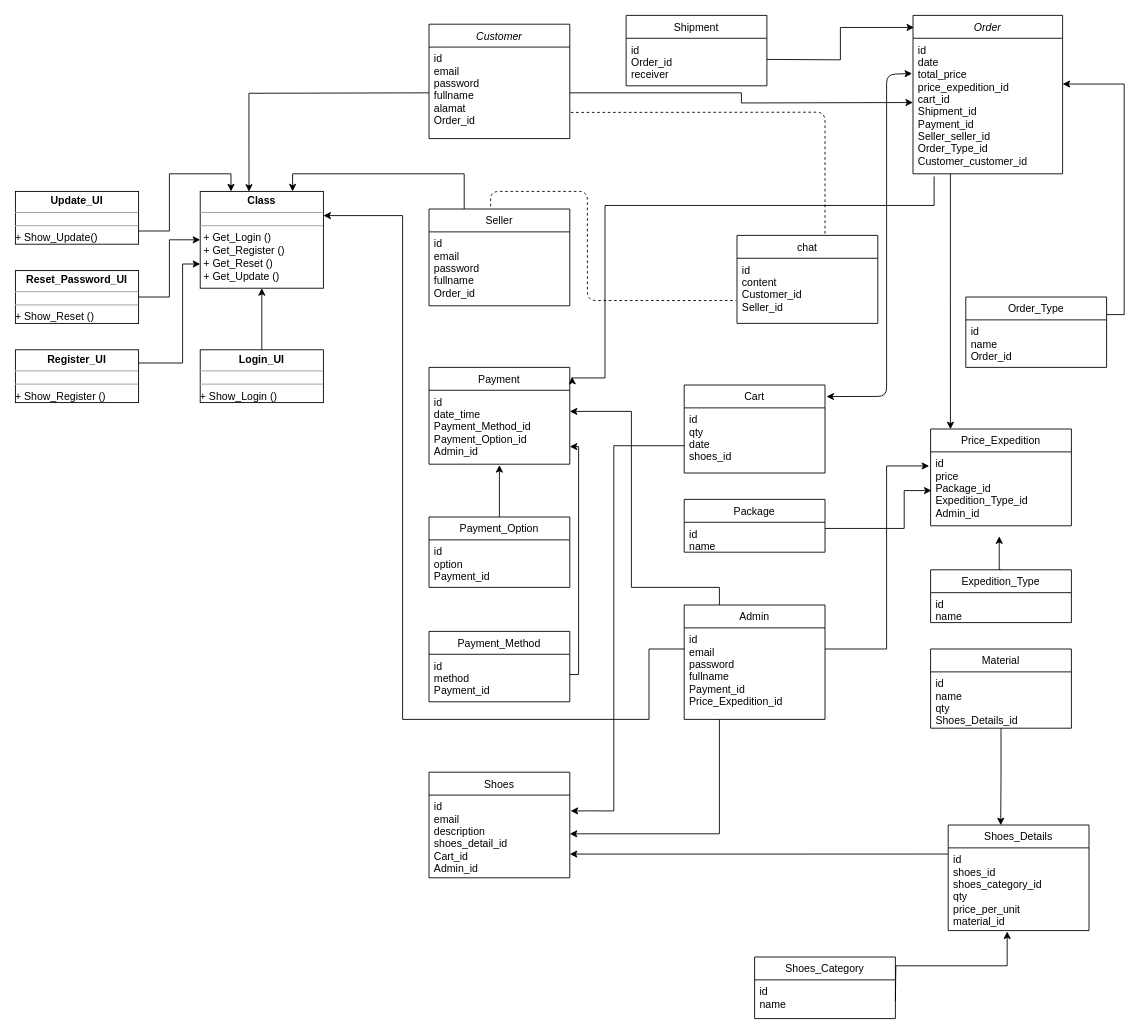
Before: Diagram Tanpa Judul.drawio in nadiatiaraa/classdiagramsepatu, a draw.io diagram. Source tidied: cells renumbered, new cells numbered last; positions are measured from the earlier drawing's top-left corner, leaving out a move shared by most shapes. Both pictures are drawn from the tidied source at 88%, with x=0, y=0 at pixel (15, 15).
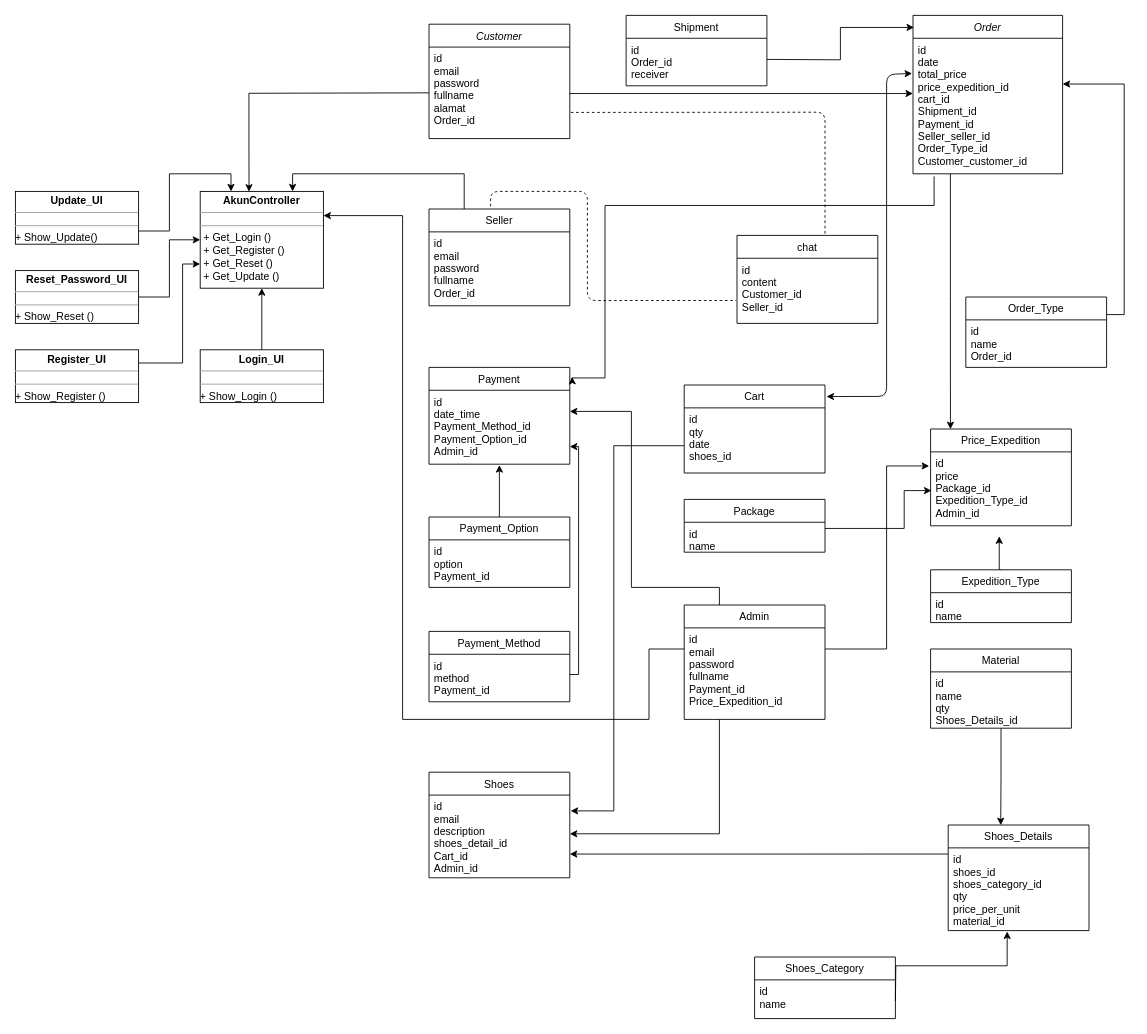
After the change.

Unchanged cells that the change refers to:
```xml
<mxCell id="3" value="id&#10;email&#10;password&#10;fullname&#10;alamat&#10;Order_id" style="text;align=left;verticalAlign=top;spacingLeft=4;spacingRight=4;overflow=hidden;points=[[0,0.5],[1,0.5]];portConstraint=eastwest;" parent="2" vertex="1">
  <mxGeometry y="26" width="160" height="104" as="geometry" />
</mxCell>
```

Change to the diagram source:
```diff
@@
-    <mxCell id="59" value="&lt;p style=&quot;margin: 0px ; margin-top: 4px ; text-align: center&quot;&gt;&lt;b&gt;Class&lt;/b&gt;&lt;/p&gt;&lt;hr size=&quot;1&quot;&gt;&lt;div style=&quot;height: 2px&quot;&gt;&lt;/div&gt;&lt;hr size=&quot;1&quot;&gt;&lt;div style=&quot;height: 2px&quot;&gt;&lt;p style=&quot;margin: 4px 0px 0px ; text-align: center&quot;&gt;&lt;/p&gt;&lt;p style=&quot;margin: 0px 0px 0px 4px&quot;&gt;&lt;/p&gt;&lt;p style=&quot;margin: 0px 0px 0px 4px&quot;&gt;+ Get_Login ()&lt;/p&gt;&lt;p style=&quot;margin: 0px 0px 0px 4px&quot;&gt;+ Get_Register ()&lt;/p&gt;&lt;p style=&quot;margin: 0px 0px 0px 4px&quot;&gt;+ Get_Reset ()&lt;/p&gt;&lt;p style=&quot;margin: 0px 0px 0px 4px&quot;&gt;+ Get_Update ()&lt;/p&gt;&lt;/div&gt;" style="verticalAlign=top;align=left;overflow=fill;fontSize=12;fontFamily=Helvetica;html=1;" parent="1" vertex="1">
+    <mxCell id="59" value="&lt;p style=&quot;margin: 0px ; margin-top: 4px ; text-align: center&quot;&gt;&lt;b&gt;AkunController&lt;/b&gt;&lt;/p&gt;&lt;hr size=&quot;1&quot;&gt;&lt;div style=&quot;height: 2px&quot;&gt;&lt;/div&gt;&lt;hr size=&quot;1&quot;&gt;&lt;div style=&quot;height: 2px&quot;&gt;&lt;p style=&quot;margin: 4px 0px 0px ; text-align: center&quot;&gt;&lt;/p&gt;&lt;p style=&quot;margin: 0px 0px 0px 4px&quot;&gt;&lt;/p&gt;&lt;p style=&quot;margin: 0px 0px 0px 4px&quot;&gt;+ Get_Login ()&lt;/p&gt;&lt;p style=&quot;margin: 0px 0px 0px 4px&quot;&gt;+ Get_Register ()&lt;/p&gt;&lt;p style=&quot;margin: 0px 0px 0px 4px&quot;&gt;+ Get_Reset ()&lt;/p&gt;&lt;p style=&quot;margin: 0px 0px 0px 4px&quot;&gt;+ Get_Update ()&lt;/p&gt;&lt;/div&gt;" style="verticalAlign=top;align=left;overflow=fill;fontSize=12;fontFamily=Helvetica;html=1;" parent="1" vertex="1">
       <mxGeometry x="210" y="200" width="140" height="110" as="geometry" />
     </mxCell>
@@
-    <mxCell id="63" style="edgeStyle=orthogonalEdgeStyle;rounded=0;jettySize=auto;html=1;exitX=1;exitY=0.5;exitDx=0;exitDy=0;entryX=0;entryY=0.5;entryDx=0;entryDy=0;" parent="1" edge="1" source="3">
+    <mxCell id="63" style="edgeStyle=orthogonalEdgeStyle;rounded=0;orthogonalLoop=1;jettySize=auto;html=1;entryX=0;entryY=0.5;entryDx=0;entryDy=0;" parent="1" edge="1">
       <mxGeometry relative="1" as="geometry">
-        <mxPoint x="1020" y="99" as="targetPoint" />
+        <mxPoint x="630" y="88.8" as="sourcePoint" />
+        <mxPoint x="1020" y="88.8" as="targetPoint" />
       </mxGeometry>
     </mxCell>
```
